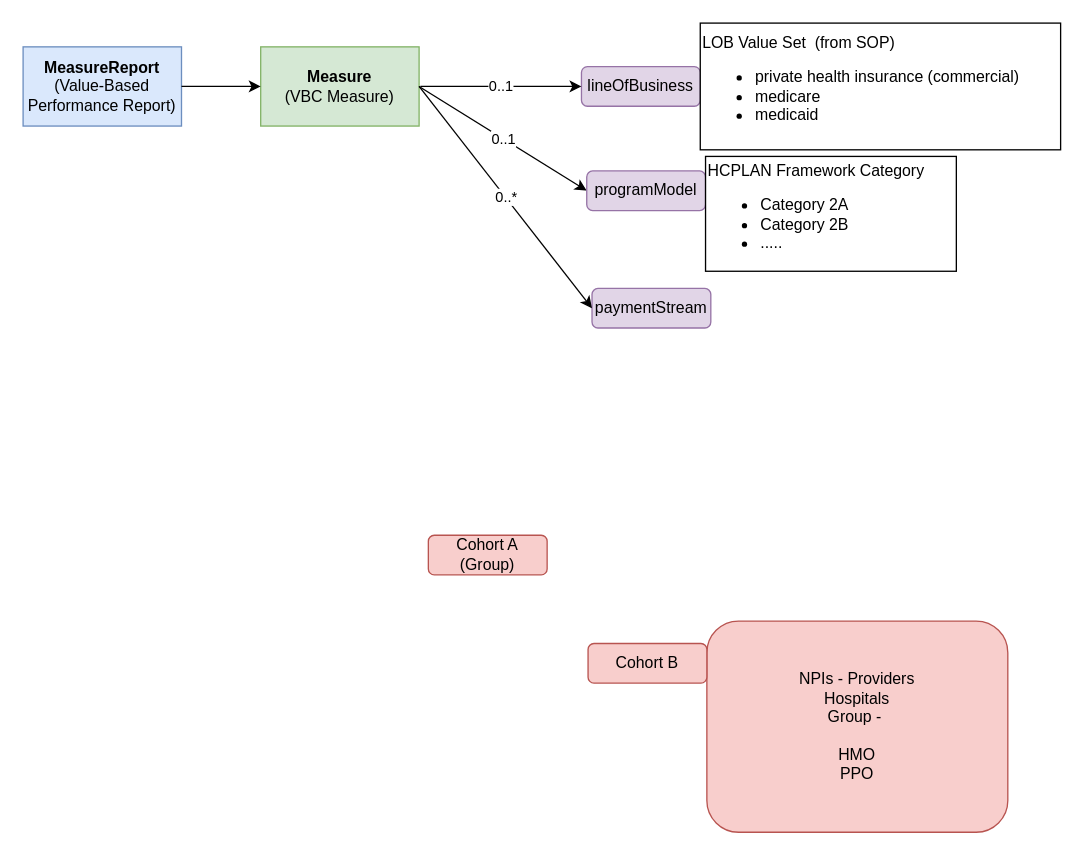
This is page "VBPRMeasureReport-Measure 03-02-23" (4 of 16) of input/images/Source/vbpr.drawio from HL7/davinci-vbpr, a draw.io file, before an edit. Source tidied: cells renumbered, new cells numbered last; positions are measured from the earlier drawing's top-left corner, leaving out a move shared by most shapes. Both pictures are drawn from the tidied source at 132%, with x=0, y=0 at pixel (22, 22).
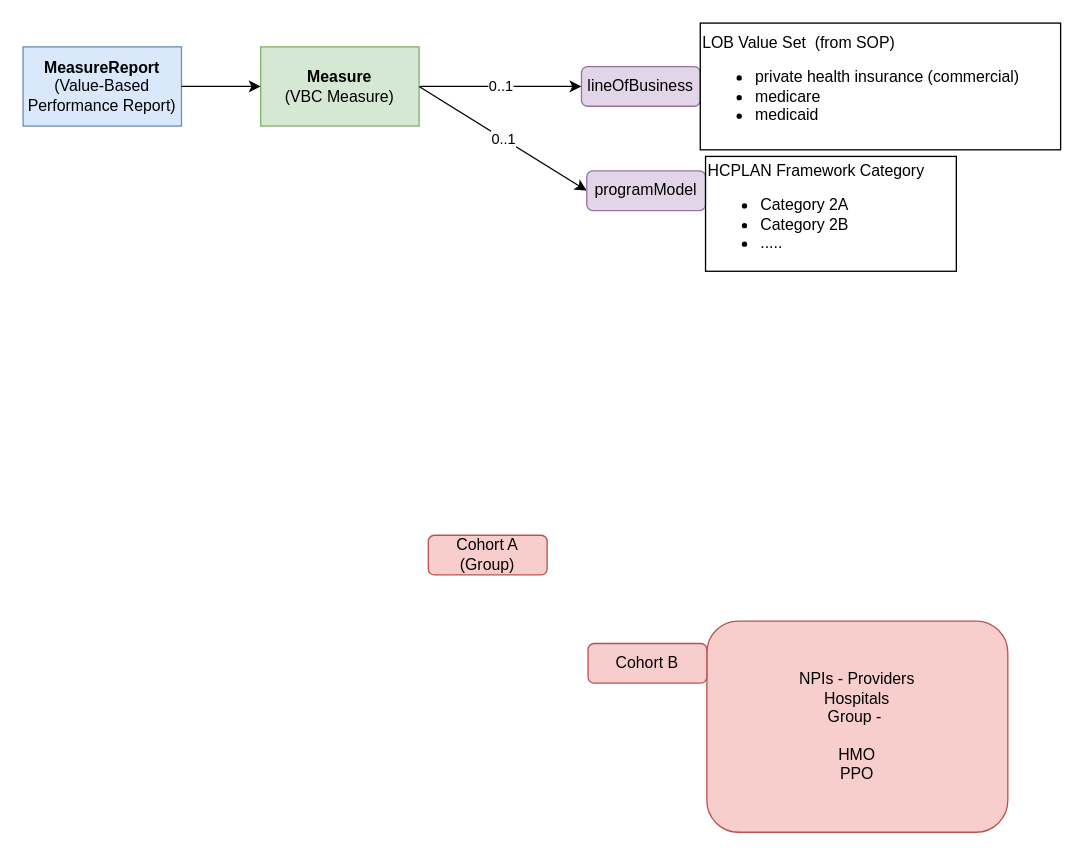
Above is the later version.

What changed in the source:
```diff
@@
 <mxGraphModel>
   <root>
     <mxCell id="0" />
     <mxCell id="1" parent="0" />
     <mxCell id="2" value="&lt;b&gt;Measure&lt;/b&gt;&lt;br&gt;(VBC Measure)" style="rounded=0;whiteSpace=wrap;html=1;fillColor=#d5e8d4;strokeColor=#82b366;" parent="1" vertex="1">
       <mxGeometry x="180" y="18" width="120" height="60" as="geometry" />
     </mxCell>
     <mxCell id="3" value="lineOfBusiness" style="rounded=1;whiteSpace=wrap;html=1;fillColor=#e1d5e7;strokeColor=#9673a6;" parent="1" vertex="1">
       <mxGeometry x="423" y="33" width="90" height="30" as="geometry" />
     </mxCell>
     <mxCell id="4" value="LOB Value Set&amp;nbsp; (from SOP)&lt;br&gt;&lt;blockquote style=&quot;margin: 0 0 0 40px; border: none; padding: 0px;&quot;&gt;&lt;/blockquote&gt;&lt;ul&gt;&lt;li&gt;private health insurance (commercial)&lt;/li&gt;&lt;li&gt;medicare&amp;nbsp;&lt;/li&gt;&lt;li&gt;medicaid&amp;nbsp;&lt;/li&gt;&lt;/ul&gt;&lt;blockquote style=&quot;margin: 0 0 0 40px; border: none; padding: 0px;&quot;&gt;&lt;/blockquote&gt;&lt;blockquote style=&quot;margin: 0 0 0 40px; border: none; padding: 0px;&quot;&gt;&lt;/blockquote&gt;&lt;blockquote style=&quot;margin: 0 0 0 40px; border: none; padding: 0px;&quot;&gt;&lt;/blockquote&gt;" style="rounded=0;whiteSpace=wrap;html=1;align=left;" parent="1" vertex="1">
       <mxGeometry x="513" width="273" height="96" as="geometry" />
     </mxCell>
     <mxCell id="5" value="0..1" style="endArrow=classic;html=1;rounded=0;entryX=0;entryY=0.5;entryDx=0;entryDy=0;" parent="1" edge="1" target="3">
       <mxGeometry relative="1" as="geometry">
         <mxPoint x="301" y="48" as="sourcePoint" />
       </mxGeometry>
     </mxCell>
     <mxCell id="6" value="&lt;b&gt;MeasureReport&lt;/b&gt;&lt;br&gt;(Value-Based Performance Report)" style="rounded=0;whiteSpace=wrap;html=1;fillColor=#dae8fc;strokeColor=#6c8ebf;" parent="1" vertex="1">
       <mxGeometry y="18" width="120" height="60" as="geometry" />
     </mxCell>
-    <mxCell id="7" value="paymentStream" style="rounded=1;whiteSpace=wrap;html=1;fillColor=#e1d5e7;strokeColor=#9673a6;" parent="1" vertex="1">
-      <mxGeometry x="431" y="201" width="90" height="30" as="geometry" />
-    </mxCell>
     <mxCell id="8" value="0..1" style="endArrow=classic;html=1;rounded=0;entryX=0;entryY=0.5;entryDx=0;entryDy=0;exitX=1;exitY=0.5;exitDx=0;exitDy=0;" parent="1" edge="1" source="2" target="10">
       <mxGeometry relative="1" as="geometry" />
     </mxCell>
     <mxCell id="9" style="endArrow=classic;html=1;rounded=0;exitX=1;exitY=0.5;exitDx=0;exitDy=0;entryX=0;entryY=0.5;entryDx=0;entryDy=0;" parent="1" edge="1" source="6" target="2">
       <mxGeometry relative="1" as="geometry" />
     </mxCell>
     <mxCell id="10" value="programModel" style="rounded=1;whiteSpace=wrap;html=1;fillColor=#e1d5e7;strokeColor=#9673a6;" parent="1" vertex="1">
       <mxGeometry x="427" y="112" width="90" height="30" as="geometry" />
     </mxCell>
-    <mxCell id="11" value="0..*" style="endArrow=classic;html=1;rounded=0;exitX=1;exitY=0.5;exitDx=0;exitDy=0;entryX=0;entryY=0.5;entryDx=0;entryDy=0;" parent="1" edge="1" source="2" target="7">
-      <mxGeometry relative="1" as="geometry" />
-    </mxCell>
     <mxCell id="12" value="HCPLAN Framework Category&lt;br&gt;&lt;ul&gt;&lt;li&gt;Category 2A&lt;/li&gt;&lt;li&gt;Category 2B&lt;/li&gt;&lt;li&gt;.....&lt;/li&gt;&lt;/ul&gt;&lt;blockquote style=&quot;margin: 0 0 0 40px; border: none; padding: 0px;&quot;&gt;&lt;/blockquote&gt;&lt;blockquote style=&quot;margin: 0 0 0 40px; border: none; padding: 0px;&quot;&gt;&lt;/blockquote&gt;&lt;blockquote style=&quot;margin: 0 0 0 40px; border: none; padding: 0px;&quot;&gt;&lt;/blockquote&gt;" style="rounded=0;whiteSpace=wrap;html=1;align=left;" parent="1" vertex="1">
       <mxGeometry x="517" y="101" width="190" height="87" as="geometry" />
     </mxCell>
     <mxCell id="13" value="NPIs - Providers&lt;br&gt;Hospitals&lt;br&gt;Group -&amp;nbsp;&lt;br&gt;&lt;br&gt;HMO&lt;br&gt;PPO" style="rounded=1;whiteSpace=wrap;html=1;fillColor=#f8cecc;strokeColor=#b85450;" parent="1" vertex="1">
       <mxGeometry x="518" y="453" width="228" height="160" as="geometry" />
     </mxCell>
     <mxCell id="14" value="Cohort B" style="rounded=1;whiteSpace=wrap;html=1;fillColor=#f8cecc;strokeColor=#b85450;" parent="1" vertex="1">
       <mxGeometry x="428" y="470" width="90" height="30" as="geometry" />
     </mxCell>
     <mxCell id="15" value="Cohort A&lt;br&gt;(Group)" style="rounded=1;whiteSpace=wrap;html=1;fillColor=#f8cecc;strokeColor=#b85450;" parent="1" vertex="1">
       <mxGeometry x="307" y="388" width="90" height="30" as="geometry" />
     </mxCell>
   </root>
 </mxGraphModel>
```
